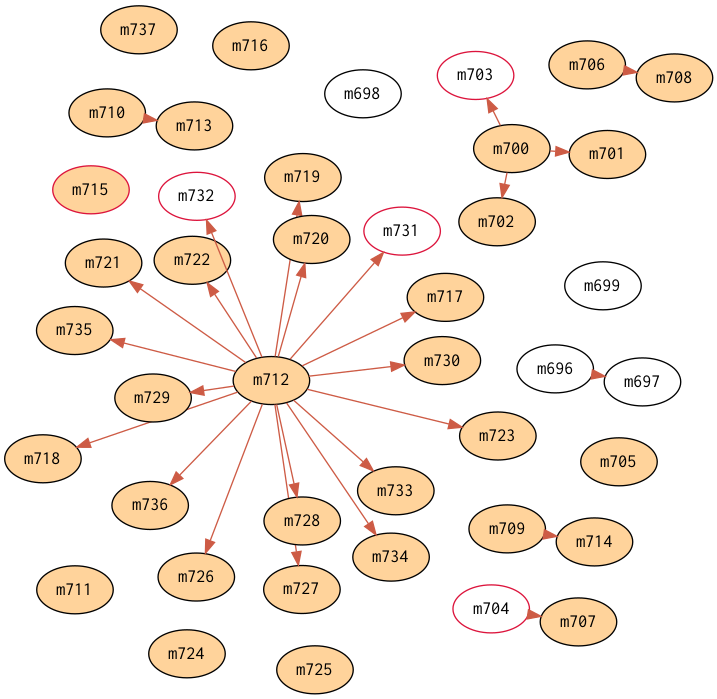
Before: report/matsue/infections.png, a diagram exported from Graphviz (spiegel-im-spiegel/covid-2019-report). Its source is kept beside it as report/matsue/infections.dot.
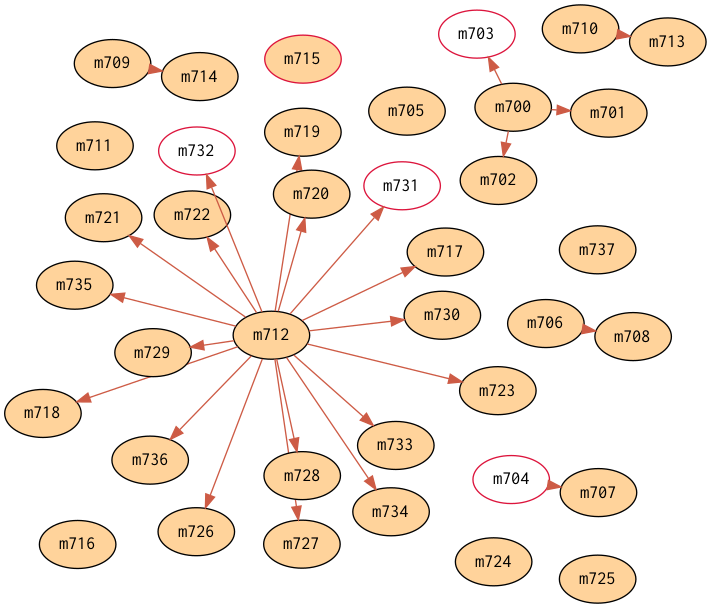
The same diagram one commit later.

What changed in the source:
```diff
@@ -13,10 +13,6 @@
 	edge [
 		color = coral3
 	];
-	m696;
-	m697;
-	m698;
-	m699;
 	m700[fillcolor=burlywood1];
 	m701[fillcolor=burlywood1];
 	m702[fillcolor=burlywood1];
@@ -55,7 +51,6 @@
 	m735[fillcolor=burlywood1];
 	m736[fillcolor=burlywood1];
 	m737[fillcolor=burlywood1];
-	m696->m697;
 	m700->m701;
 	m700->m702;
 	m700->m703;
```
